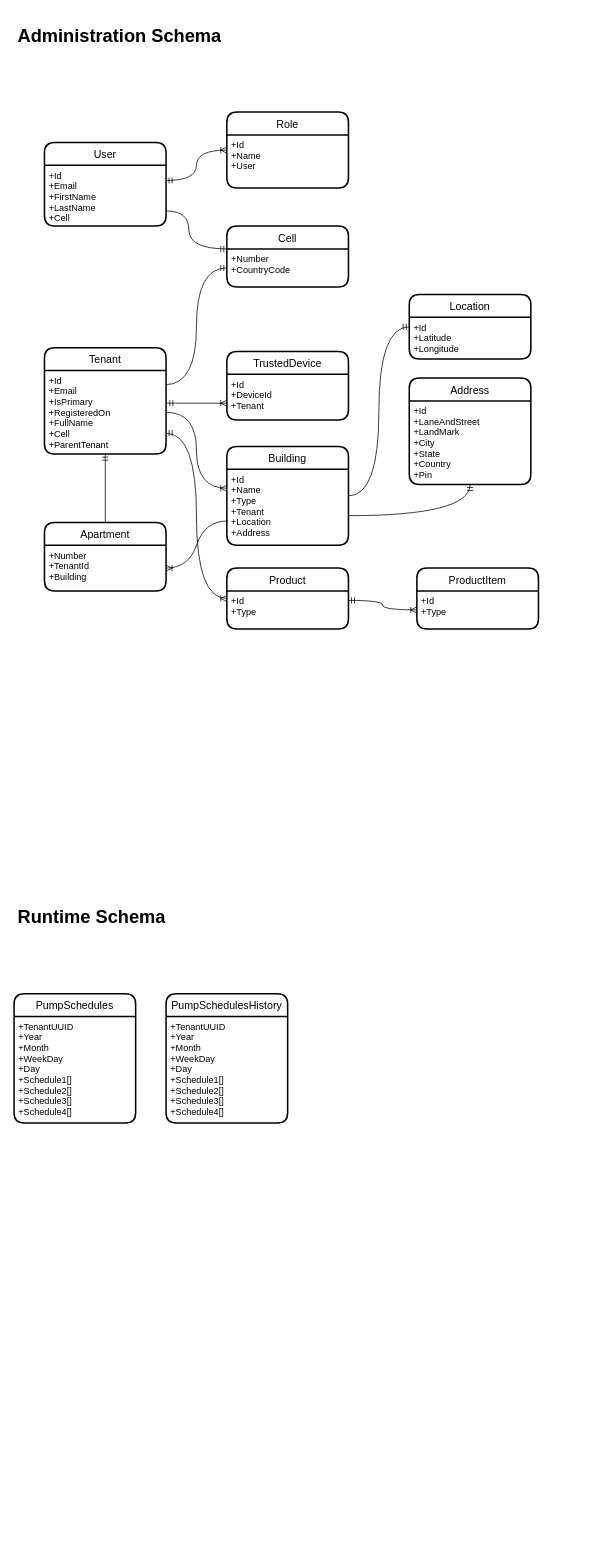
This is page "DatabaseSchema" (10 of 10) of notes/ArchitecturalDiagrams.drawio from aniruddhand/ciot-capstone, a draw.io file, before an edit. Source tidied: cells renumbered, new cells numbered last; positions are measured from the earlier drawing's top-left corner, leaving out a move shared by most shapes. Both pictures are drawn from the tidied source at 76%, with x=0, y=0 at pixel (14, 21).
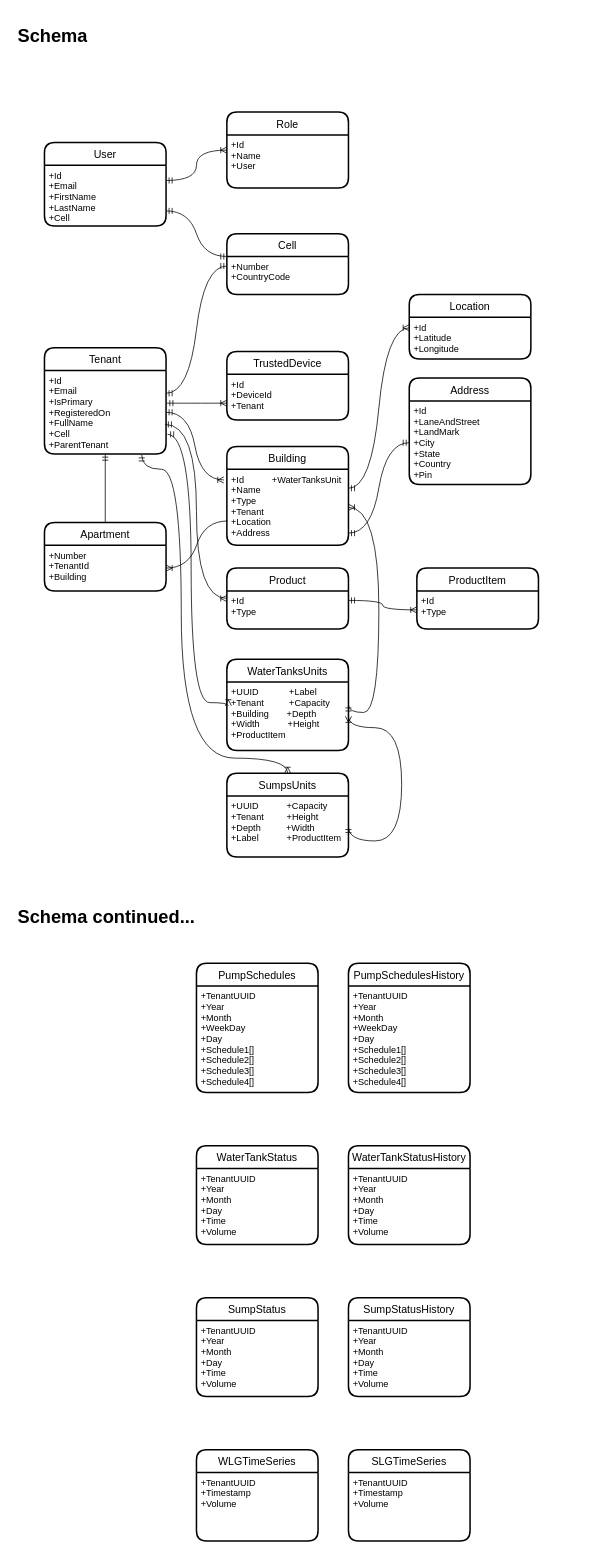
The same page after the edit.

The change refers to these unchanged cells:
```xml
<mxCell id="5" value="+Id&#10;+Email&#10;+FirstName&#10;+LastName&#10;+Cell&#10;" style="align=left;strokeColor=none;fillColor=none;spacingLeft=4;fontSize=12;verticalAlign=top;" parent="4" vertex="1">
  <mxGeometry y="30" width="160" height="80" as="geometry" />
</mxCell>
<mxCell id="7" value="+Id&#10;+Email&#10;+IsPrimary&#10;+RegisteredOn&#10;+FullName&#10;+Cell&#10;+ParentTenant&#10;" style="align=left;strokeColor=none;fillColor=none;spacingLeft=4;fontSize=12;verticalAlign=top;" parent="6" vertex="1">
  <mxGeometry y="30" width="160" height="110" as="geometry" />
</mxCell>
<mxCell id="10" value="Building" style="swimlane;horizontal=1;startSize=30;rounded=1;fontSize=14;fontStyle=0;strokeWidth=2;shadow=0;dashed=0;align=center;" parent="1" vertex="1">
  <mxGeometry x="280" y="560" width="160" height="130" as="geometry" />
</mxCell>
<mxCell id="13" value="+Number&#10;+CountryCode&#10;" style="align=left;strokeColor=none;fillColor=none;spacingLeft=4;fontSize=12;verticalAlign=top;" parent="12" vertex="1">
  <mxGeometry y="30" width="160" height="50" as="geometry" />
</mxCell>
<mxCell id="18" value="+Id&#10;+LaneAndStreet&#10;+LandMark&#10;+City&#10;+State&#10;+Country&#10;+Pin&#10;" style="align=left;strokeColor=none;fillColor=none;spacingLeft=4;fontSize=12;verticalAlign=top;" parent="17" vertex="1">
  <mxGeometry y="30" width="160" height="110" as="geometry" />
</mxCell>
<mxCell id="19" value="Location" style="swimlane;horizontal=1;startSize=30;rounded=1;fontSize=14;fontStyle=0;strokeWidth=2;shadow=0;dashed=0;align=center;" parent="1" vertex="1">
  <mxGeometry x="520" y="360" width="160" height="85" as="geometry" />
</mxCell>
<mxCell id="20" value="+Id&#10;+Latitude&#10;+Longitude&#10;&#10;" style="align=left;strokeColor=none;fillColor=none;spacingLeft=4;fontSize=12;verticalAlign=top;" parent="19" vertex="1">
  <mxGeometry y="30" width="160" height="55" as="geometry" />
</mxCell>
<mxCell id="21" value="Product" style="swimlane;horizontal=1;startSize=30;rounded=1;fontSize=14;fontStyle=0;strokeWidth=2;shadow=0;dashed=0;align=center;" parent="1" vertex="1">
  <mxGeometry x="280" y="720" width="160" height="80" as="geometry" />
</mxCell>
```

What changed in the source:
```diff
@@
-    <mxCell id="11" value="+Id&#10;+Name&#10;+Type&#10;+Tenant&#10;+Location&#10;+Address&#10;" style="align=left;strokeColor=none;fillColor=none;spacingLeft=4;fontSize=12;verticalAlign=top;" parent="10" vertex="1">
+    <mxCell id="11" value="+Id           +WaterTanksUnit&#10;+Name&#10;+Type&#10;+Tenant&#10;+Location&#10;+Address&#10;" style="align=left;strokeColor=none;fillColor=none;spacingLeft=4;fontSize=12;verticalAlign=top;" parent="10" vertex="1">
       <mxGeometry y="30" width="160" height="100" as="geometry" />
     </mxCell>
     <mxCell id="12" value="Cell" style="swimlane;horizontal=1;startSize=30;rounded=1;fontSize=14;fontStyle=0;strokeWidth=2;shadow=0;dashed=0;align=center;" parent="1" vertex="1">
-      <mxGeometry x="280" y="270" width="160" height="80" as="geometry" />
+      <mxGeometry x="280" y="280" width="160" height="80" as="geometry" />
     </mxCell>
@@
-    <mxCell id="14" style="edgeStyle=orthogonalEdgeStyle;fontSize=12;html=1;endArrow=ERmandOne;startArrow=none;rounded=0;exitX=1;exitY=0.75;exitDx=0;exitDy=0;entryX=0;entryY=0;entryDx=0;entryDy=0;curved=1;startFill=0;" parent="1" edge="1" source="5" target="13">
-      <mxGeometry relative="1" as="geometry">
-        <Array as="points">
-          <mxPoint x="230" y="250" />
-          <mxPoint x="230" y="300" />
-        </Array>
-      </mxGeometry>
-    </mxCell>
@@
-    <mxCell id="25" style="edgeStyle=orthogonalEdgeStyle;fontSize=12;html=1;endArrow=ERoneToMany;startArrow=ERmandOne;rounded=0;entryX=0;entryY=0.5;entryDx=0;entryDy=0;exitX=1;exitY=0.75;exitDx=0;exitDy=0;curved=1;" parent="1" edge="1" source="7" target="21">
+    <mxCell id="25" style="edgeStyle=orthogonalEdgeStyle;fontSize=12;html=1;endArrow=ERoneToMany;startArrow=ERmandOne;rounded=0;entryX=0;entryY=0.5;entryDx=0;entryDy=0;exitX=0.994;exitY=0.645;exitDx=0;exitDy=0;curved=1;exitPerimeter=0;" parent="1" edge="1" source="7" target="21">
       <mxGeometry relative="1" as="geometry" />
     </mxCell>
@@
-    <mxCell id="27" style="edgeStyle=orthogonalEdgeStyle;fontSize=12;html=1;endArrow=ERmandOne;startArrow=none;rounded=0;entryX=0;entryY=0.5;entryDx=0;entryDy=0;exitX=0.994;exitY=0.17;exitDx=0;exitDy=0;exitPerimeter=0;curved=1;startFill=0;" parent="1" edge="1" source="7" target="13">
-      <mxGeometry relative="1" as="geometry" />
-    </mxCell>
@@
-    <mxCell id="30" style="edgeStyle=orthogonalEdgeStyle;fontSize=12;html=1;endArrow=ERmandOne;startArrow=none;rounded=0;exitX=1;exitY=0.5;exitDx=0;exitDy=0;entryX=0;entryY=0.5;entryDx=0;entryDy=0;curved=1;startFill=0;" parent="1" edge="1" source="10" target="19">
-      <mxGeometry relative="1" as="geometry" />
-    </mxCell>
-    <mxCell id="31" style="edgeStyle=orthogonalEdgeStyle;fontSize=12;html=1;endArrow=ERmandOne;startArrow=none;rounded=0;entryX=0.5;entryY=1;entryDx=0;entryDy=0;curved=1;startFill=0;" parent="1" edge="1" target="18">
-      <mxGeometry relative="1" as="geometry">
-        <mxPoint x="440" y="651" as="sourcePoint" />
-        <Array as="points">
-          <mxPoint x="600" y="651" />
-        </Array>
-      </mxGeometry>
-    </mxCell>
@@
-    <mxCell id="33" style="edgeStyle=orthogonalEdgeStyle;fontSize=12;html=1;endArrow=ERoneToMany;startArrow=none;rounded=0;entryX=0;entryY=0.25;entryDx=0;entryDy=0;exitX=1;exitY=0.5;exitDx=0;exitDy=0;curved=1;startFill=0;" parent="1" edge="1" source="7" target="11">
-      <mxGeometry relative="1" as="geometry" />
-    </mxCell>
@@
     <mxCell id="35" value="PumpSchedules" style="swimlane;horizontal=1;startSize=30;rounded=1;fontSize=14;fontStyle=0;strokeWidth=2;shadow=0;dashed=0;align=center;" parent="1" vertex="1">
-      <mxGeometry y="1280" width="160" height="170" as="geometry" />
+      <mxGeometry x="240" y="1240" width="160" height="170" as="geometry" />
     </mxCell>
@@
-    <mxCell id="37" value="&lt;h1&gt;Administration Schema&lt;br&gt;&lt;/h1&gt;&lt;p&gt;&lt;br&gt;&lt;/p&gt;" style="text;html=1;strokeColor=none;fillColor=none;spacing=5;spacingTop=-20;whiteSpace=wrap;overflow=hidden;rounded=0;" parent="1" vertex="1">
-      <mxGeometry width="400" height="80" as="geometry" />
+    <mxCell id="37" value="&lt;h1&gt;Schema&lt;br&gt;&lt;/h1&gt;&lt;p&gt;&lt;br&gt;&lt;/p&gt;" style="text;html=1;strokeColor=none;fillColor=none;spacing=5;spacingTop=-20;whiteSpace=wrap;overflow=hidden;rounded=0;" parent="1" vertex="1">
+      <mxGeometry width="400" height="50" as="geometry" />
     </mxCell>
-    <mxCell id="38" value="&lt;h1&gt;Runtime Schema&lt;br&gt;&lt;/h1&gt;&lt;p&gt;&lt;br&gt;&lt;/p&gt;" style="text;html=1;strokeColor=none;fillColor=none;spacing=5;spacingTop=-20;whiteSpace=wrap;overflow=hidden;rounded=0;" parent="1" vertex="1">
+    <mxCell id="38" value="&lt;h1&gt;Schema continued...&lt;br&gt;&lt;/h1&gt;&lt;p&gt;&lt;br&gt;&lt;/p&gt;" style="text;html=1;strokeColor=none;fillColor=none;spacing=5;spacingTop=-20;whiteSpace=wrap;overflow=hidden;rounded=0;" parent="1" vertex="1">
       <mxGeometry y="1160" width="760" height="80" as="geometry" />
     </mxCell>
     <mxCell id="39" value="PumpSchedulesHistory" style="swimlane;horizontal=1;startSize=30;rounded=1;fontSize=14;fontStyle=0;strokeWidth=2;shadow=0;dashed=0;align=center;" parent="1" vertex="1">
-      <mxGeometry x="200" y="1280" width="160" height="170" as="geometry" />
+      <mxGeometry x="440" y="1240" width="160" height="170" as="geometry" />
     </mxCell>
@@
+    <mxCell id="41" value="WaterTankStatusHistory" style="swimlane;horizontal=1;startSize=30;rounded=1;fontSize=14;fontStyle=0;strokeWidth=2;shadow=0;dashed=0;align=center;" parent="1" vertex="1">
+      <mxGeometry x="440" y="1480" width="160" height="130" as="geometry" />
+    </mxCell>
+    <mxCell id="42" value="+TenantUUID&#10;+Year&#10;+Month&#10;+Day&#10;+Time&#10;+Volume&#10;&#10;" style="align=left;strokeColor=none;fillColor=none;spacingLeft=4;fontSize=12;verticalAlign=top;" parent="41" vertex="1">
+      <mxGeometry y="30" width="160" height="100" as="geometry" />
+    </mxCell>
+    <mxCell id="43" value="SumpStatus" style="swimlane;horizontal=1;startSize=30;rounded=1;fontSize=14;fontStyle=0;strokeWidth=2;shadow=0;dashed=0;align=center;" parent="1" vertex="1">
+      <mxGeometry x="240" y="1680" width="160" height="130" as="geometry" />
+    </mxCell>
+    <mxCell id="44" value="+TenantUUID&#10;+Year&#10;+Month&#10;+Day&#10;+Time&#10;+Volume&#10;&#10;&#10;&#10;" style="align=left;strokeColor=none;fillColor=none;spacingLeft=4;fontSize=12;verticalAlign=top;" parent="43" vertex="1">
+      <mxGeometry y="30" width="160" height="100" as="geometry" />
+    </mxCell>
+    <mxCell id="45" value="WaterTankStatus" style="swimlane;horizontal=1;startSize=30;rounded=1;fontSize=14;fontStyle=0;strokeWidth=2;shadow=0;dashed=0;align=center;" parent="1" vertex="1">
+      <mxGeometry x="240" y="1480" width="160" height="130" as="geometry" />
+    </mxCell>
+    <mxCell id="46" value="+TenantUUID&#10;+Year&#10;+Month&#10;+Day&#10;+Time&#10;+Volume&#10;&#10;" style="align=left;strokeColor=none;fillColor=none;spacingLeft=4;fontSize=12;verticalAlign=top;" parent="45" vertex="1">
+      <mxGeometry y="30" width="160" height="100" as="geometry" />
+    </mxCell>
+    <mxCell id="47" value="SumpStatusHistory" style="swimlane;horizontal=1;startSize=30;rounded=1;fontSize=14;fontStyle=0;strokeWidth=2;shadow=0;dashed=0;align=center;" parent="1" vertex="1">
+      <mxGeometry x="440" y="1680" width="160" height="130" as="geometry" />
+    </mxCell>
+    <mxCell id="48" value="+TenantUUID&#10;+Year&#10;+Month&#10;+Day&#10;+Time&#10;+Volume&#10;&#10;&#10;&#10;" style="align=left;strokeColor=none;fillColor=none;spacingLeft=4;fontSize=12;verticalAlign=top;" parent="47" vertex="1">
+      <mxGeometry y="30" width="160" height="100" as="geometry" />
+    </mxCell>
+    <mxCell id="49" value="WaterTanksUnits" style="swimlane;horizontal=1;startSize=30;rounded=1;fontSize=14;fontStyle=0;strokeWidth=2;shadow=0;dashed=0;align=center;" parent="1" vertex="1">
+      <mxGeometry x="280" y="840" width="160" height="120" as="geometry" />
+    </mxCell>
+    <mxCell id="50" value="+UUID            +Label&#10;+Tenant          +Capacity&#10;+Building       +Depth&#10;+Width           +Height&#10;+ProductItem" style="align=left;strokeColor=none;fillColor=none;spacingLeft=4;fontSize=12;verticalAlign=top;" parent="49" vertex="1">
+      <mxGeometry y="30" width="160" height="90" as="geometry" />
+    </mxCell>
+    <mxCell id="51" value="SumpsUnits" style="swimlane;horizontal=1;startSize=30;rounded=1;fontSize=14;fontStyle=0;strokeWidth=2;shadow=0;dashed=0;align=center;" parent="1" vertex="1">
+      <mxGeometry x="280" y="990" width="160" height="110" as="geometry" />
+    </mxCell>
+    <mxCell id="52" value="+UUID           +Capacity&#10;+Tenant         +Height&#10;+Depth          +Width&#10;+Label           +ProductItem" style="align=left;strokeColor=none;fillColor=none;spacingLeft=4;fontSize=12;verticalAlign=top;" parent="51" vertex="1">
+      <mxGeometry y="30" width="160" height="80" as="geometry" />
+    </mxCell>
+    <mxCell id="53" style="edgeStyle=orthogonalEdgeStyle;fontSize=12;html=1;endArrow=ERoneToMany;startArrow=ERmandOne;rounded=0;entryX=-0.006;entryY=0.42;entryDx=0;entryDy=0;exitX=0.994;exitY=0.9;exitDx=0;exitDy=0;curved=1;exitPerimeter=0;entryPerimeter=0;" parent="1" edge="1">
+      <mxGeometry relative="1" as="geometry">
+        <mxPoint x="202" y="544" as="sourcePoint" />
+        <mxPoint x="282" y="901.2" as="targetPoint" />
+        <Array as="points">
+          <mxPoint x="233" y="544" />
+          <mxPoint x="233" y="897" />
+        </Array>
+      </mxGeometry>
+    </mxCell>
+    <mxCell id="54" style="edgeStyle=orthogonalEdgeStyle;fontSize=12;html=1;endArrow=ERoneToMany;startArrow=ERmandOne;rounded=0;entryX=0.5;entryY=0;entryDx=0;entryDy=0;exitX=0.8;exitY=1.009;exitDx=0;exitDy=0;curved=1;exitPerimeter=0;" parent="1" edge="1" source="7" target="51">
+      <mxGeometry relative="1" as="geometry">
+        <Array as="points">
+          <mxPoint x="168" y="590" />
+          <mxPoint x="220" y="590" />
+          <mxPoint x="220" y="970" />
+          <mxPoint x="360" y="970" />
+        </Array>
+      </mxGeometry>
+    </mxCell>
+    <mxCell id="55" style="edgeStyle=orthogonalEdgeStyle;fontSize=12;html=1;endArrow=ERoneToMany;startArrow=ERmandOne;rounded=0;curved=1;entryX=1;entryY=0.5;entryDx=0;entryDy=0;exitX=1;exitY=0.5;exitDx=0;exitDy=0;" parent="1" edge="1" source="52" target="50">
+      <mxGeometry relative="1" as="geometry">
+        <Array as="points">
+          <mxPoint x="510" y="1079" />
+          <mxPoint x="510" y="930" />
+          <mxPoint x="440" y="930" />
+        </Array>
+      </mxGeometry>
+    </mxCell>
+    <mxCell id="56" style="edgeStyle=orthogonalEdgeStyle;fontSize=12;html=1;endArrow=ERoneToMany;startArrow=ERmandOne;rounded=0;exitX=1;exitY=0.5;exitDx=0;exitDy=0;entryX=1;entryY=0.5;entryDx=0;entryDy=0;curved=1;" parent="1" edge="1" source="49" target="11">
+      <mxGeometry relative="1" as="geometry">
+        <Array as="points">
+          <mxPoint x="480" y="910" />
+          <mxPoint x="480" y="640" />
+        </Array>
+      </mxGeometry>
+    </mxCell>
+    <mxCell id="57" style="edgeStyle=entityRelationEdgeStyle;fontSize=12;html=1;endArrow=ERoneToMany;startArrow=ERmandOne;rounded=0;curved=1;exitX=1;exitY=0.25;exitDx=0;exitDy=0;entryX=0;entryY=0.25;entryDx=0;entryDy=0;" parent="1" edge="1" source="11" target="20">
+      <mxGeometry relative="1" as="geometry" />
+    </mxCell>
+    <mxCell id="58" style="edgeStyle=entityRelationEdgeStyle;fontSize=12;html=1;endArrow=ERmandOne;startArrow=ERmandOne;rounded=0;curved=1;entryX=0;entryY=0.5;entryDx=0;entryDy=0;" parent="1" edge="1" target="18">
+      <mxGeometry relative="1" as="geometry">
+        <mxPoint x="440" y="674" as="sourcePoint" />
+      </mxGeometry>
+    </mxCell>
+    <mxCell id="33" style="edgeStyle=entityRelationEdgeStyle;fontSize=12;html=1;endArrow=ERoneToMany;startArrow=ERmandOne;rounded=0;curved=1;exitX=1;exitY=0.5;exitDx=0;exitDy=0;entryX=-0.025;entryY=0.14;entryDx=0;entryDy=0;entryPerimeter=0;" parent="1" edge="1" source="7" target="11">
+      <mxGeometry relative="1" as="geometry" />
+    </mxCell>
+    <mxCell id="59" style="edgeStyle=entityRelationEdgeStyle;fontSize=12;html=1;endArrow=ERmandOne;startArrow=ERmandOne;rounded=0;curved=1;entryX=0;entryY=0.25;entryDx=0;entryDy=0;" parent="1" edge="1" target="13">
+      <mxGeometry relative="1" as="geometry">
+        <mxPoint x="200" y="490" as="sourcePoint" />
+      </mxGeometry>
+    </mxCell>
+    <mxCell id="60" style="edgeStyle=entityRelationEdgeStyle;fontSize=12;html=1;endArrow=ERmandOne;startArrow=ERmandOne;rounded=0;curved=1;entryX=0;entryY=0;entryDx=0;entryDy=0;" parent="1" edge="1" target="13">
+      <mxGeometry relative="1" as="geometry">
+        <mxPoint x="200" y="250" as="sourcePoint" />
+      </mxGeometry>
+    </mxCell>
+    <mxCell id="61" value="SLGTimeSeries" style="swimlane;horizontal=1;startSize=30;rounded=1;fontSize=14;fontStyle=0;strokeWidth=2;shadow=0;dashed=0;align=center;" parent="1" vertex="1">
+      <mxGeometry x="440" y="1880" width="160" height="120" as="geometry" />
+    </mxCell>
+    <mxCell id="62" value="+TenantUUID&#10;+Timestamp&#10;+Volume" style="align=left;strokeColor=none;fillColor=none;spacingLeft=4;fontSize=12;verticalAlign=top;" parent="61" vertex="1">
+      <mxGeometry y="30" width="160" height="90" as="geometry" />
+    </mxCell>
+    <mxCell id="63" value="WLGTimeSeries" style="swimlane;horizontal=1;startSize=30;rounded=1;fontSize=14;fontStyle=0;strokeWidth=2;shadow=0;dashed=0;align=center;" parent="1" vertex="1">
+      <mxGeometry x="240" y="1880" width="160" height="120" as="geometry" />
+    </mxCell>
+    <mxCell id="64" value="+TenantUUID&#10;+Timestamp&#10;+Volume" style="align=left;strokeColor=none;fillColor=none;spacingLeft=4;fontSize=12;verticalAlign=top;" parent="63" vertex="1">
+      <mxGeometry y="30" width="160" height="90" as="geometry" />
+    </mxCell>
```
